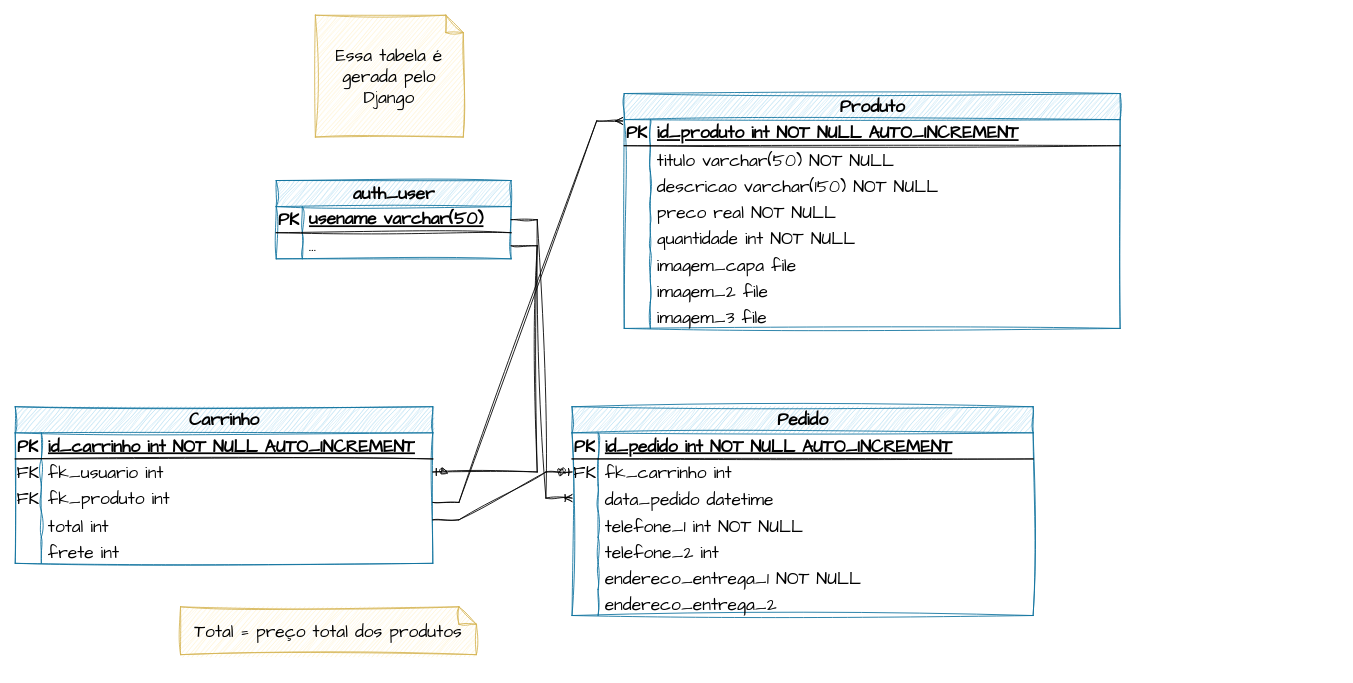
rafaelngoncalves5/classewatches keeps this draw.io diagram as docs/DER.drawio. Above is the earlier version. Source tidied: cells renumbered, new cells numbered last; positions are measured from the earlier drawing's top-left corner, leaving out a move shared by most shapes. Both pictures are drawn from the tidied source at 87%, with x=0, y=0 at pixel (15, 15).
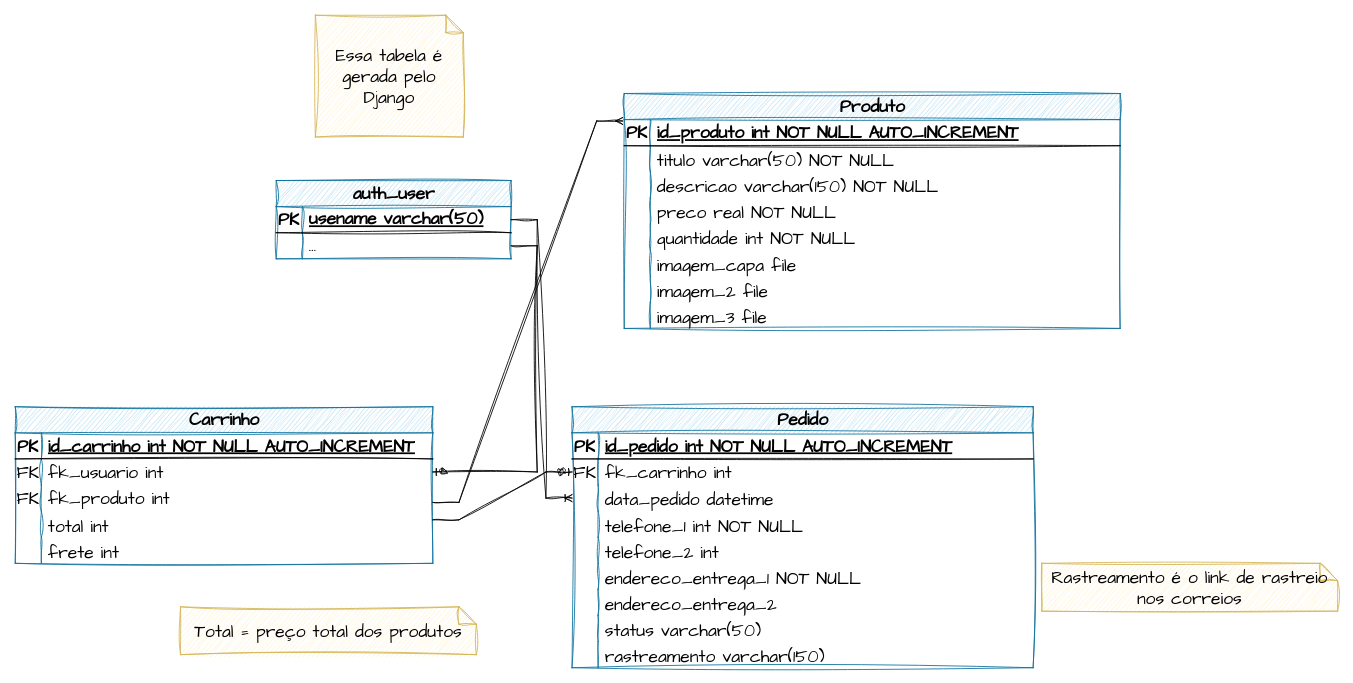
After the change.

Commit message (it also covers changes not shown here):
eeaf280fd4cc6cb59497b640beed64133b0b712d

Diff of the diagram source:
```diff
@@
     <mxCell id="34" value="Pedido" style="shape=table;startSize=30;childLayout=tableLayout;rowLines=0;fontStyle=1;align=center;html=1;sketch=1;hachureGap=4;jiggle=2;curveFitting=1;fontFamily=Architects Daughter;fontSize=20;fillColor=#b1ddf0;strokeColor=#10739e;" parent="1" vertex="1">
-      <mxGeometry x="640" y="450" width="530" height="240" as="geometry" />
+      <mxGeometry x="640" y="450" width="530" height="300" as="geometry" />
     </mxCell>
@@
+    <mxCell id="80" style="shape=tableRow;horizontal=0;startSize=0;swimlaneHead=0;swimlaneBody=0;fillColor=none;top=0;left=0;right=0;bottom=0;sketch=1;hachureGap=4;jiggle=2;curveFitting=1;fontFamily=Architects Daughter;fontSize=20;" parent="34" vertex="1">
+      <mxGeometry y="240" width="530" height="30" as="geometry" />
+    </mxCell>
+    <mxCell id="81" style="shape=partialRectangle;fillColor=none;top=0;left=0;bottom=0;right=0;overflow=hidden;sketch=1;hachureGap=4;jiggle=2;curveFitting=1;fontFamily=Architects Daughter;fontSize=20;" parent="80" vertex="1">
+      <mxGeometry width="30" height="30" as="geometry" />
+    </mxCell>
+    <mxCell id="82" value="status varchar(50)" style="shape=partialRectangle;fillColor=none;top=0;left=0;bottom=0;right=0;align=left;spacingLeft=6;overflow=hidden;sketch=1;hachureGap=4;jiggle=2;curveFitting=1;fontFamily=Architects Daughter;fontSize=20;" parent="80" vertex="1">
+      <mxGeometry x="30" width="500" height="30" as="geometry" />
+    </mxCell>
+    <mxCell id="83" style="shape=tableRow;horizontal=0;startSize=0;swimlaneHead=0;swimlaneBody=0;fillColor=none;top=0;left=0;right=0;bottom=0;sketch=1;hachureGap=4;jiggle=2;curveFitting=1;fontFamily=Architects Daughter;fontSize=20;" parent="34" vertex="1">
+      <mxGeometry y="270" width="530" height="30" as="geometry" />
+    </mxCell>
+    <mxCell id="84" style="shape=partialRectangle;fillColor=none;top=0;left=0;bottom=0;right=0;overflow=hidden;sketch=1;hachureGap=4;jiggle=2;curveFitting=1;fontFamily=Architects Daughter;fontSize=20;" parent="83" vertex="1">
+      <mxGeometry width="30" height="30" as="geometry" />
+    </mxCell>
+    <mxCell id="85" value="rastreamento varchar(150)" style="shape=partialRectangle;fillColor=none;top=0;left=0;bottom=0;right=0;align=left;spacingLeft=6;overflow=hidden;sketch=1;hachureGap=4;jiggle=2;curveFitting=1;fontFamily=Architects Daughter;fontSize=20;" parent="83" vertex="1">
+      <mxGeometry x="30" width="500" height="30" as="geometry" />
+    </mxCell>
@@
+    <mxCell id="86" value="Rastreamento é o link de rastreio nos correios" style="shape=note;size=20;whiteSpace=wrap;html=1;sketch=1;hachureGap=4;jiggle=2;curveFitting=1;fontFamily=Architects Daughter;fontSize=20;fillColor=#fff2cc;strokeColor=#d6b656;" parent="1" vertex="1">
+      <mxGeometry x="1180" y="630" width="340" height="55" as="geometry" />
+    </mxCell>
```
